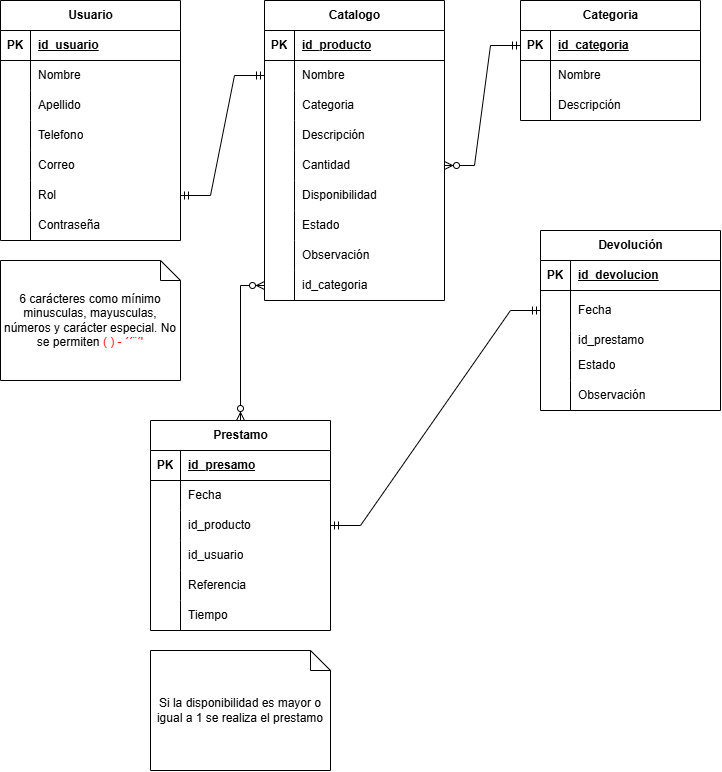
This is MVC/Progra1MVC.png from CamiPio/Sistema-de-Bodega, a draw.io export, as it was before one commit. Source tidied: cells renumbered, new cells last; positions are measured from the earlier drawing's top-left corner, leaving out a move shared by most shapes.
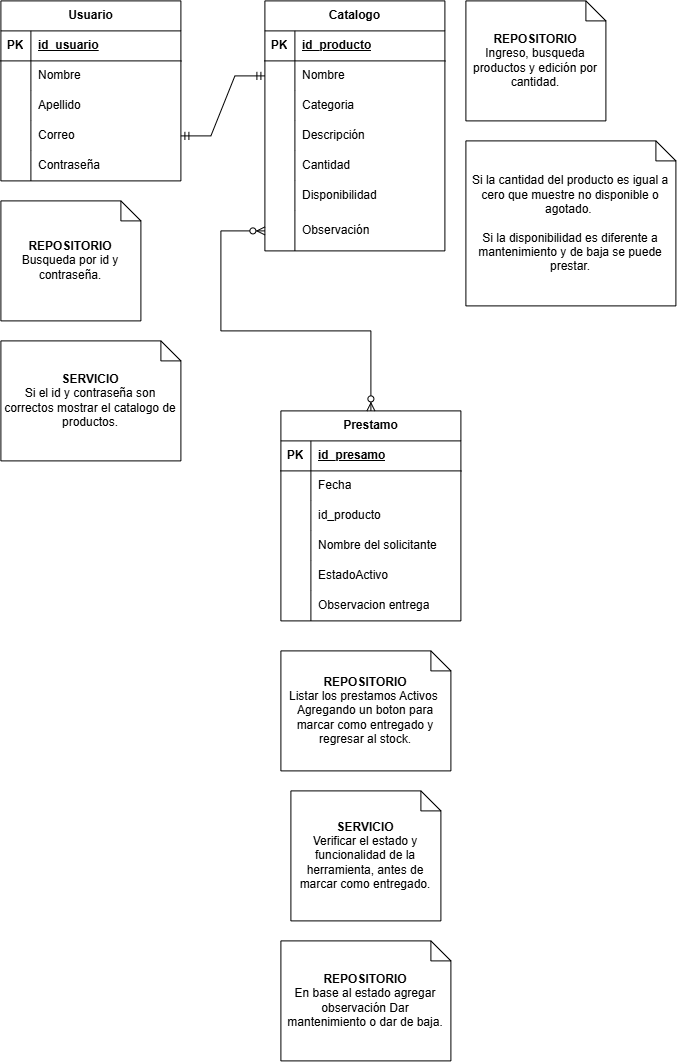
Later version of the same file.

Commit message:
actualización diagrama completo de 3 capas

What changed in the source:
```diff
@@ -5,3 +5,3 @@
     <mxCell id="2" value="Usuario" style="shape=table;startSize=30;rowLines=0;fontStyle=1;align=center;html=1;" parent="1" vertex="1">
-      <mxGeometry width="180" height="240" as="geometry" />
+      <mxGeometry width="180" height="180" as="geometry" />
     </mxCell>
@@ -40,3 +40,3 @@
     </mxCell>
-    <mxCell id="14" value="Telefono" style="shape=partialRectangle;fillColor=none;top=0;left=0;bottom=0;right=0;align=left;spacingLeft=6;overflow=hidden;whiteSpace=wrap;html=1;" parent="12" vertex="1">
+    <mxCell id="14" value="Correo" style="shape=partialRectangle;fillColor=none;top=0;left=0;bottom=0;right=0;align=left;spacingLeft=6;overflow=hidden;whiteSpace=wrap;html=1;" parent="12" vertex="1">
       <mxGeometry x="30" width="150" height="30" as="geometry" />
@@ -49,34 +49,7 @@
     </mxCell>
-    <mxCell id="17" value="Correo" style="shape=partialRectangle;fillColor=none;top=0;left=0;bottom=0;right=0;align=left;spacingLeft=6;overflow=hidden;whiteSpace=wrap;html=1;" parent="15" vertex="1">
+    <mxCell id="17" value="Contraseña" style="shape=partialRectangle;fillColor=none;top=0;left=0;bottom=0;right=0;align=left;spacingLeft=6;overflow=hidden;whiteSpace=wrap;html=1;" parent="15" vertex="1">
       <mxGeometry x="30" width="150" height="30" as="geometry" />
     </mxCell>
-    <mxCell id="18" style="shape=tableRow;horizontal=0;startSize=0;swimlaneHead=0;swimlaneBody=0;fillColor=none;top=0;left=0;right=0;bottom=0;" parent="2" vertex="1">
-      <mxGeometry y="180" width="180" height="30" as="geometry" />
-    </mxCell>
-    <mxCell id="19" style="shape=partialRectangle;fillColor=none;top=0;left=0;bottom=0;right=0;overflow=hidden;whiteSpace=wrap;html=1;" parent="18" vertex="1">
-      <mxGeometry width="30" height="30" as="geometry" />
-    </mxCell>
-    <mxCell id="20" style="shape=partialRectangle;fillColor=none;top=0;left=0;bottom=0;right=0;align=left;spacingLeft=6;overflow=hidden;whiteSpace=wrap;html=1;" parent="18" vertex="1">
-      <mxGeometry x="30" width="150" height="30" as="geometry" />
-    </mxCell>
-    <mxCell id="21" style="shape=tableRow;horizontal=0;startSize=0;swimlaneHead=0;swimlaneBody=0;fillColor=none;top=0;left=0;right=0;bottom=0;" parent="2" vertex="1">
-      <mxGeometry y="210" width="180" height="30" as="geometry" />
-    </mxCell>
-    <mxCell id="22" style="shape=partialRectangle;fillColor=none;top=0;left=0;bottom=0;right=0;overflow=hidden;whiteSpace=wrap;html=1;" parent="21" vertex="1">
-      <mxGeometry width="30" height="30" as="geometry" />
-    </mxCell>
-    <mxCell id="23" style="shape=partialRectangle;fillColor=none;top=0;left=0;bottom=0;right=0;align=left;spacingLeft=6;overflow=hidden;whiteSpace=wrap;html=1;" parent="21" vertex="1">
-      <mxGeometry x="30" width="150" height="30" as="geometry" />
-    </mxCell>
-    <mxCell id="24" style="shape=tableRow;horizontal=0;startSize=0;swimlaneHead=0;swimlaneBody=0;fillColor=none;points=[[0,0.5],[1,0.5]];portConstraint=eastwest;top=0;left=0;right=0;bottom=0;" parent="1" vertex="1">
-      <mxGeometry y="180" width="180" height="30" as="geometry" />
-    </mxCell>
-    <mxCell id="25" style="shape=partialRectangle;fillColor=none;top=0;left=0;bottom=0;right=0;overflow=hidden;whiteSpace=wrap;html=1;" parent="24" vertex="1">
-      <mxGeometry width="30" height="30" as="geometry" />
-    </mxCell>
-    <mxCell id="26" value="Rol" style="shape=partialRectangle;fillColor=none;top=0;left=0;bottom=0;right=0;align=left;spacingLeft=6;overflow=hidden;whiteSpace=wrap;html=1;" parent="24" vertex="1">
-      <mxGeometry x="30" width="150" height="30" as="geometry" />
-    </mxCell>
     <mxCell id="27" value="Catalogo" style="shape=table;startSize=30;rowLines=0;fontStyle=1;align=center;html=1;" parent="1" vertex="1">
-      <mxGeometry x="264" width="180" height="300" as="geometry" />
+      <mxGeometry x="264" width="180" height="250" as="geometry" />
     </mxCell>
@@ -136,67 +109,16 @@
     </mxCell>
-    <mxCell id="46" style="shape=tableRow;horizontal=0;startSize=0;swimlaneHead=0;swimlaneBody=0;fillColor=none;top=0;left=0;right=0;bottom=0;" parent="27" vertex="1">
-      <mxGeometry y="210" width="180" height="30" as="geometry" />
-    </mxCell>
-    <mxCell id="47" style="shape=partialRectangle;fillColor=none;top=0;left=0;bottom=0;right=0;overflow=hidden;whiteSpace=wrap;html=1;" parent="46" vertex="1">
-      <mxGeometry width="30" height="30" as="geometry" />
-    </mxCell>
-    <mxCell id="48" value="Estado" style="shape=partialRectangle;fillColor=none;top=0;left=0;bottom=0;right=0;align=left;spacingLeft=6;overflow=hidden;whiteSpace=wrap;html=1;" parent="46" vertex="1">
-      <mxGeometry x="30" width="150" height="30" as="geometry" />
-    </mxCell>
     <mxCell id="49" style="shape=tableRow;horizontal=0;startSize=0;swimlaneHead=0;swimlaneBody=0;fillColor=none;points=[[0,0.5],[1,0.5]];portConstraint=eastwest;top=0;left=0;right=0;bottom=0;" parent="27" vertex="1">
-      <mxGeometry y="240" width="180" height="30" as="geometry" />
+      <mxGeometry y="210" width="180" height="40" as="geometry" />
     </mxCell>
     <mxCell id="50" style="shape=partialRectangle;fillColor=none;top=0;left=0;bottom=0;right=0;overflow=hidden;whiteSpace=wrap;html=1;" parent="49" vertex="1">
-      <mxGeometry width="30" height="30" as="geometry" />
+      <mxGeometry width="30" height="40" as="geometry" />
     </mxCell>
     <mxCell id="51" value="Observación" style="shape=partialRectangle;fillColor=none;top=0;left=0;bottom=0;right=0;align=left;spacingLeft=6;overflow=hidden;whiteSpace=wrap;html=1;" parent="49" vertex="1">
-      <mxGeometry x="30" width="150" height="30" as="geometry" />
+      <mxGeometry x="30" width="150" height="40" as="geometry" />
     </mxCell>
-    <mxCell id="52" style="shape=tableRow;horizontal=0;startSize=0;swimlaneHead=0;swimlaneBody=0;fillColor=none;points=[[0,0.5],[1,0.5]];portConstraint=eastwest;top=0;left=0;right=0;bottom=0;" parent="27" vertex="1">
-      <mxGeometry y="270" width="180" height="30" as="geometry" />
-    </mxCell>
-    <mxCell id="53" style="shape=partialRectangle;fillColor=none;top=0;left=0;bottom=0;right=0;overflow=hidden;whiteSpace=wrap;html=1;" parent="52" vertex="1">
-      <mxGeometry width="30" height="30" as="geometry" />
-    </mxCell>
-    <mxCell id="54" value="id_categoria" style="shape=partialRectangle;fillColor=none;top=0;left=0;bottom=0;right=0;align=left;spacingLeft=6;overflow=hidden;whiteSpace=wrap;html=1;" parent="52" vertex="1">
-      <mxGeometry x="30" width="150" height="30" as="geometry" />
-    </mxCell>
-    <mxCell id="55" value="Contraseña" style="shape=partialRectangle;fillColor=none;top=0;left=0;bottom=0;right=0;align=left;spacingLeft=6;overflow=hidden;whiteSpace=wrap;html=1;" parent="1" vertex="1">
-      <mxGeometry x="30" y="210" width="150" height="30" as="geometry" />
-    </mxCell>
-    <mxCell id="56" value="6 carácteres como mínimo&lt;div&gt;minusculas, mayusculas, números y carácter especial. No se permiten &lt;span style=&quot;color: rgb(255, 0, 0);&quot;&gt;( ) - ´´¨´'&lt;/span&gt;&lt;/div&gt;" style="shape=note;size=20;whiteSpace=wrap;html=1;" parent="1" vertex="1">
-      <mxGeometry y="260" width="180" height="120" as="geometry" />
+    <mxCell id="56" value="&lt;div&gt;&lt;b&gt;SERVICIO&lt;/b&gt;&lt;/div&gt;Si el id y contraseña son correctos mostrar el catalogo de productos." style="shape=note;size=20;whiteSpace=wrap;html=1;" parent="1" vertex="1">
+      <mxGeometry y="340" width="180" height="120" as="geometry" />
     </mxCell>
-    <mxCell id="57" value="Categoria" style="shape=table;startSize=30;rowLines=0;fontStyle=1;align=center;html=1;" parent="1" vertex="1">
-      <mxGeometry x="520" width="180" height="120" as="geometry" />
-    </mxCell>
-    <mxCell id="58" style="shape=tableRow;horizontal=0;startSize=0;swimlaneHead=0;swimlaneBody=0;fillColor=none;points=[[0,0.5],[1,0.5]];portConstraint=eastwest;top=0;left=0;right=0;bottom=1;" parent="57" vertex="1">
-      <mxGeometry y="30" width="180" height="30" as="geometry" />
-    </mxCell>
-    <mxCell id="59" value="PK" style="shape=partialRectangle;fillColor=none;top=0;left=0;bottom=0;right=0;fontStyle=1;overflow=hidden;whiteSpace=wrap;html=1;" parent="58" vertex="1">
-      <mxGeometry width="30" height="30" as="geometry" />
-    </mxCell>
-    <mxCell id="60" value="id_categoria" style="shape=partialRectangle;fillColor=none;top=0;left=0;bottom=0;right=0;align=left;spacingLeft=6;fontStyle=5;overflow=hidden;whiteSpace=wrap;html=1;" parent="58" vertex="1">
-      <mxGeometry x="30" width="150" height="30" as="geometry" />
-    </mxCell>
-    <mxCell id="61" style="shape=tableRow;horizontal=0;startSize=0;swimlaneHead=0;swimlaneBody=0;fillColor=none;top=0;left=0;right=0;bottom=0;" parent="57" vertex="1">
-      <mxGeometry y="60" width="180" height="30" as="geometry" />
-    </mxCell>
-    <mxCell id="62" style="shape=partialRectangle;fillColor=none;top=0;left=0;bottom=0;right=0;overflow=hidden;whiteSpace=wrap;html=1;" parent="61" vertex="1">
-      <mxGeometry width="30" height="30" as="geometry" />
-    </mxCell>
-    <mxCell id="63" value="Nombre" style="shape=partialRectangle;fillColor=none;top=0;left=0;bottom=0;right=0;align=left;spacingLeft=6;overflow=hidden;whiteSpace=wrap;html=1;" parent="61" vertex="1">
-      <mxGeometry x="30" width="150" height="30" as="geometry" />
-    </mxCell>
-    <mxCell id="64" style="shape=tableRow;horizontal=0;startSize=0;swimlaneHead=0;swimlaneBody=0;fillColor=none;top=0;left=0;right=0;bottom=0;" parent="57" vertex="1">
-      <mxGeometry y="90" width="180" height="30" as="geometry" />
-    </mxCell>
-    <mxCell id="65" style="shape=partialRectangle;fillColor=none;top=0;left=0;bottom=0;right=0;overflow=hidden;whiteSpace=wrap;html=1;" parent="64" vertex="1">
-      <mxGeometry width="30" height="30" as="geometry" />
-    </mxCell>
-    <mxCell id="66" value="Descripción" style="shape=partialRectangle;fillColor=none;top=0;left=0;bottom=0;right=0;align=left;spacingLeft=6;overflow=hidden;whiteSpace=wrap;html=1;" parent="64" vertex="1">
-      <mxGeometry x="30" width="150" height="30" as="geometry" />
-    </mxCell>
     <mxCell id="67" value="Prestamo" style="shape=table;startSize=30;rowLines=0;fontStyle=1;align=center;html=1;" parent="1" vertex="1">
-      <mxGeometry x="150" y="420" width="180" height="210" as="geometry" />
+      <mxGeometry x="280" y="410" width="180" height="210" as="geometry" />
     </mxCell>
@@ -235,86 +157,53 @@
     </mxCell>
-    <mxCell id="79" value="id_usuario" style="shape=partialRectangle;fillColor=none;top=0;left=0;bottom=0;right=0;align=left;spacingLeft=6;overflow=hidden;whiteSpace=wrap;html=1;" parent="77" vertex="1">
+    <mxCell id="79" value="Nombre del solicitante" style="shape=partialRectangle;fillColor=none;top=0;left=0;bottom=0;right=0;align=left;spacingLeft=6;overflow=hidden;whiteSpace=wrap;html=1;" parent="77" vertex="1">
       <mxGeometry x="30" width="150" height="30" as="geometry" />
     </mxCell>
-    <mxCell id="80" style="shape=tableRow;horizontal=0;startSize=0;swimlaneHead=0;swimlaneBody=0;fillColor=none;top=0;left=0;right=0;bottom=0;" parent="67" vertex="1">
-      <mxGeometry y="150" width="180" height="30" as="geometry" />
-    </mxCell>
-    <mxCell id="81" style="shape=partialRectangle;fillColor=none;top=0;left=0;bottom=0;right=0;overflow=hidden;whiteSpace=wrap;html=1;" parent="80" vertex="1">
-      <mxGeometry width="30" height="30" as="geometry" />
-    </mxCell>
-    <mxCell id="82" value="Referencia" style="shape=partialRectangle;fillColor=none;top=0;left=0;bottom=0;right=0;align=left;spacingLeft=6;overflow=hidden;whiteSpace=wrap;html=1;" parent="80" vertex="1">
-      <mxGeometry x="30" width="150" height="30" as="geometry" />
-    </mxCell>
-    <mxCell id="83" style="shape=tableRow;horizontal=0;startSize=0;swimlaneHead=0;swimlaneBody=0;fillColor=none;top=0;left=0;right=0;bottom=0;" parent="67" vertex="1">
-      <mxGeometry y="180" width="180" height="30" as="geometry" />
-    </mxCell>
-    <mxCell id="84" style="shape=partialRectangle;fillColor=none;top=0;left=0;bottom=0;right=0;overflow=hidden;whiteSpace=wrap;html=1;" parent="83" vertex="1">
-      <mxGeometry width="30" height="30" as="geometry" />
-    </mxCell>
-    <mxCell id="85" value="Tiempo" style="shape=partialRectangle;fillColor=none;top=0;left=0;bottom=0;right=0;align=left;spacingLeft=6;overflow=hidden;whiteSpace=wrap;html=1;" parent="83" vertex="1">
-      <mxGeometry x="30" width="150" height="30" as="geometry" />
-    </mxCell>
-    <mxCell id="86" value="Devolución" style="shape=table;startSize=30;rowLines=0;fontStyle=1;align=center;html=1;" parent="1" vertex="1">
-      <mxGeometry x="540" y="230" width="180" height="180" as="geometry" />
-    </mxCell>
-    <mxCell id="87" style="shape=tableRow;horizontal=0;startSize=0;swimlaneHead=0;swimlaneBody=0;fillColor=none;top=0;left=0;right=0;bottom=1;" parent="86" vertex="1">
-      <mxGeometry y="30" width="180" height="30" as="geometry" />
-    </mxCell>
-    <mxCell id="88" value="PK" style="shape=partialRectangle;fillColor=none;top=0;left=0;bottom=0;right=0;fontStyle=1;overflow=hidden;whiteSpace=wrap;html=1;" parent="87" vertex="1">
-      <mxGeometry width="30" height="30" as="geometry" />
-    </mxCell>
-    <mxCell id="89" value="id_devolucion" style="shape=partialRectangle;fillColor=none;top=0;left=0;bottom=0;right=0;align=left;spacingLeft=6;fontStyle=5;overflow=hidden;whiteSpace=wrap;html=1;" parent="87" vertex="1">
-      <mxGeometry x="30" width="150" height="30" as="geometry" />
-    </mxCell>
-    <mxCell id="90" style="shape=tableRow;horizontal=0;startSize=0;swimlaneHead=0;swimlaneBody=0;fillColor=none;points=[[0,0.5],[1,0.5]];portConstraint=eastwest;top=0;left=0;right=0;bottom=0;" parent="86" vertex="1">
-      <mxGeometry y="60" width="180" height="40" as="geometry" />
-    </mxCell>
-    <mxCell id="91" style="shape=partialRectangle;fillColor=none;top=0;left=0;bottom=0;right=0;overflow=hidden;whiteSpace=wrap;html=1;" parent="90" vertex="1">
-      <mxGeometry width="30" height="40" as="geometry" />
-    </mxCell>
-    <mxCell id="92" value="Fecha" style="shape=partialRectangle;fillColor=none;top=0;left=0;bottom=0;right=0;align=left;spacingLeft=6;overflow=hidden;whiteSpace=wrap;html=1;" parent="90" vertex="1">
-      <mxGeometry x="30" width="150" height="40" as="geometry" />
-    </mxCell>
-    <mxCell id="93" style="shape=tableRow;horizontal=0;startSize=0;swimlaneHead=0;swimlaneBody=0;fillColor=none;top=0;left=0;right=0;bottom=0;" parent="86" vertex="1">
-      <mxGeometry y="100" width="180" height="20" as="geometry" />
-    </mxCell>
-    <mxCell id="94" style="shape=partialRectangle;fillColor=none;top=0;left=0;bottom=0;right=0;overflow=hidden;whiteSpace=wrap;html=1;" parent="93" vertex="1">
-      <mxGeometry width="30" height="20" as="geometry" />
-    </mxCell>
-    <mxCell id="95" value="id_prestamo" style="shape=partialRectangle;fillColor=none;top=0;left=0;bottom=0;right=0;align=left;spacingLeft=6;overflow=hidden;whiteSpace=wrap;html=1;" parent="93" vertex="1">
-      <mxGeometry x="30" width="150" height="20" as="geometry" />
-    </mxCell>
-    <mxCell id="96" style="shape=tableRow;horizontal=0;startSize=0;swimlaneHead=0;swimlaneBody=0;fillColor=none;top=0;left=0;right=0;bottom=0;" parent="86" vertex="1">
-      <mxGeometry y="120" width="180" height="30" as="geometry" />
-    </mxCell>
-    <mxCell id="97" style="shape=partialRectangle;fillColor=none;top=0;left=0;bottom=0;right=0;overflow=hidden;whiteSpace=wrap;html=1;" parent="96" vertex="1">
-      <mxGeometry width="30" height="30" as="geometry" />
-    </mxCell>
-    <mxCell id="98" value="Estado" style="shape=partialRectangle;fillColor=none;top=0;left=0;bottom=0;right=0;align=left;spacingLeft=6;overflow=hidden;whiteSpace=wrap;html=1;" parent="96" vertex="1">
-      <mxGeometry x="30" width="150" height="30" as="geometry" />
-    </mxCell>
-    <mxCell id="99" style="shape=tableRow;horizontal=0;startSize=0;swimlaneHead=0;swimlaneBody=0;fillColor=none;top=0;left=0;right=0;bottom=0;" parent="86" vertex="1">
-      <mxGeometry y="150" width="180" height="30" as="geometry" />
-    </mxCell>
-    <mxCell id="100" style="shape=partialRectangle;fillColor=none;top=0;left=0;bottom=0;right=0;overflow=hidden;whiteSpace=wrap;html=1;" parent="99" vertex="1">
-      <mxGeometry width="30" height="30" as="geometry" />
-    </mxCell>
-    <mxCell id="101" value="Observación" style="shape=partialRectangle;fillColor=none;top=0;left=0;bottom=0;right=0;align=left;spacingLeft=6;overflow=hidden;whiteSpace=wrap;html=1;" parent="99" vertex="1">
-      <mxGeometry x="30" width="150" height="30" as="geometry" />
-    </mxCell>
+    <mxCell id="107" style="shape=tableRow;horizontal=0;startSize=0;swimlaneHead=0;swimlaneBody=0;fillColor=none;top=0;left=0;right=0;bottom=0;" parent="67" vertex="1">
+      <mxGeometry y="150" width="180" height="30" as="geometry" />
+    </mxCell>
+    <mxCell id="108" style="shape=partialRectangle;fillColor=none;top=0;left=0;bottom=0;right=0;overflow=hidden;whiteSpace=wrap;html=1;" parent="107" vertex="1">
+      <mxGeometry width="30" height="30" as="geometry" />
+    </mxCell>
+    <mxCell id="109" value="EstadoActivo" style="shape=partialRectangle;fillColor=none;top=0;left=0;bottom=0;right=0;align=left;spacingLeft=6;overflow=hidden;whiteSpace=wrap;html=1;" parent="107" vertex="1">
+      <mxGeometry x="30" width="150" height="30" as="geometry" />
+    </mxCell>
+    <mxCell id="110" style="shape=tableRow;horizontal=0;startSize=0;swimlaneHead=0;swimlaneBody=0;fillColor=none;top=0;left=0;right=0;bottom=0;" parent="67" vertex="1">
+      <mxGeometry y="180" width="180" height="30" as="geometry" />
+    </mxCell>
+    <mxCell id="111" style="shape=partialRectangle;fillColor=none;top=0;left=0;bottom=0;right=0;overflow=hidden;whiteSpace=wrap;html=1;" parent="110" vertex="1">
+      <mxGeometry width="30" height="30" as="geometry" />
+    </mxCell>
+    <mxCell id="112" value="Observacion entrega" style="shape=partialRectangle;fillColor=none;top=0;left=0;bottom=0;right=0;align=left;spacingLeft=6;overflow=hidden;whiteSpace=wrap;html=1;" parent="110" vertex="1">
+      <mxGeometry x="30" width="150" height="30" as="geometry" />
+    </mxCell>
-    <mxCell id="102" value="Si la disponibilidad es mayor o igual a 1 se realiza el prestamo" style="shape=note;size=20;whiteSpace=wrap;html=1;" parent="1" vertex="1">
-      <mxGeometry x="150" y="650" width="180" height="120" as="geometry" />
+    <mxCell id="102" value="&lt;div&gt;&lt;b&gt;REPOSITORIO&lt;/b&gt;&lt;/div&gt;Listar los prestamos Activos&amp;nbsp;&lt;div&gt;Agregando un boton para marcar como entregado y regresar al stock.&lt;/div&gt;" style="shape=note;size=20;whiteSpace=wrap;html=1;" parent="1" vertex="1">
+      <mxGeometry x="280" y="650" width="170" height="120" as="geometry" />
     </mxCell>
-    <mxCell id="103" style="edgeStyle=entityRelationEdgeStyle;fontSize=12;html=1;endArrow=ERmandOne;startArrow=ERmandOne;rounded=0;exitX=1;exitY=0.5;exitDx=0;exitDy=0;entryX=0;entryY=0.5;entryDx=0;entryDy=0;" parent="1" edge="1" source="24" target="31">
+    <mxCell id="103" style="edgeStyle=entityRelationEdgeStyle;fontSize=12;html=1;endArrow=ERmandOne;startArrow=ERmandOne;rounded=0;exitX=1;exitY=0.5;exitDx=0;exitDy=0;entryX=0;entryY=0.5;entryDx=0;entryDy=0;" parent="1" edge="1" source="12" target="31">
       <mxGeometry relative="1" as="geometry" />
     </mxCell>
-    <mxCell id="104" style="edgeStyle=entityRelationEdgeStyle;fontSize=12;html=1;endArrow=ERzeroToMany;startArrow=ERmandOne;rounded=0;exitX=0;exitY=0.5;exitDx=0;exitDy=0;entryX=1;entryY=0.5;entryDx=0;entryDy=0;" parent="1" edge="1" source="58" target="40">
-      <mxGeometry relative="1" as="geometry" />
-    </mxCell>
-    <mxCell id="105" style="edgeStyle=orthogonalEdgeStyle;fontSize=12;html=1;endArrow=ERzeroToMany;endFill=1;startArrow=ERzeroToMany;rounded=0;entryX=0.5;entryY=0;entryDx=0;entryDy=0;exitX=0;exitY=0.5;exitDx=0;exitDy=0;" parent="1" edge="1" source="52" target="67">
-      <mxGeometry relative="1" as="geometry" />
+    <mxCell id="105" style="edgeStyle=orthogonalEdgeStyle;fontSize=12;html=1;endArrow=ERzeroToMany;endFill=1;startArrow=ERzeroToMany;rounded=0;entryX=0.5;entryY=0;entryDx=0;entryDy=0;exitX=0;exitY=0.5;exitDx=0;exitDy=0;" parent="1" edge="1" source="49" target="67">
+      <mxGeometry relative="1" as="geometry">
+        <Array as="points">
+          <mxPoint x="220" y="230" />
+          <mxPoint x="220" y="330" />
+          <mxPoint x="370" y="330" />
+        </Array>
+      </mxGeometry>
     </mxCell>
-    <mxCell id="106" style="edgeStyle=entityRelationEdgeStyle;fontSize=12;html=1;endArrow=ERmandOne;startArrow=ERmandOne;rounded=0;exitX=1;exitY=0.5;exitDx=0;exitDy=0;entryX=0;entryY=0.5;entryDx=0;entryDy=0;" parent="1" edge="1" source="74" target="90">
-      <mxGeometry relative="1" as="geometry" />
-    </mxCell>
+    <mxCell id="113" value="Si la cantidad del producto es igual a cero que muestre no disponible o agotado.&amp;nbsp;&lt;div&gt;&lt;br&gt;&lt;/div&gt;&lt;div&gt;Si la disponibilidad es diferente a mantenimiento y de baja se puede prestar.&lt;/div&gt;" style="shape=note;size=20;whiteSpace=wrap;html=1;" parent="1" vertex="1">
+      <mxGeometry x="465" y="140" width="210" height="165" as="geometry" />
+    </mxCell>
+    <mxCell id="114" value="&lt;div&gt;&lt;b&gt;REPOSITORIO&lt;/b&gt;&lt;/div&gt;Ingreso, busqueda productos y edición por cantidad." style="shape=note;size=20;whiteSpace=wrap;html=1;" parent="1" vertex="1">
+      <mxGeometry x="465" width="140" height="120" as="geometry" />
+    </mxCell>
+    <mxCell id="115" value="&lt;div&gt;&lt;b&gt;REPOSITORIO&lt;/b&gt;&lt;/div&gt;Busqueda por id y contraseña." style="shape=note;size=20;whiteSpace=wrap;html=1;" parent="1" vertex="1">
+      <mxGeometry y="200" width="140" height="120" as="geometry" />
+    </mxCell>
+    <mxCell id="116" value="&lt;div&gt;&lt;b&gt;SERVICIO&lt;/b&gt;&lt;/div&gt;Verificar el estado y funcionalidad de la herramienta, antes de marcar como entregado." style="shape=note;size=20;whiteSpace=wrap;html=1;" parent="1" vertex="1">
+      <mxGeometry x="290" y="790" width="150" height="130" as="geometry" />
+    </mxCell>
+    <mxCell id="117" value="&lt;div&gt;&lt;b&gt;REPOSITORIO&lt;/b&gt;&lt;/div&gt;En base al estado agregar observación Dar mantenimiento o dar de baja." style="shape=note;size=20;whiteSpace=wrap;html=1;" parent="1" vertex="1">
+      <mxGeometry x="280" y="940" width="170" height="120" as="geometry" />
+    </mxCell>
   </root>
```
